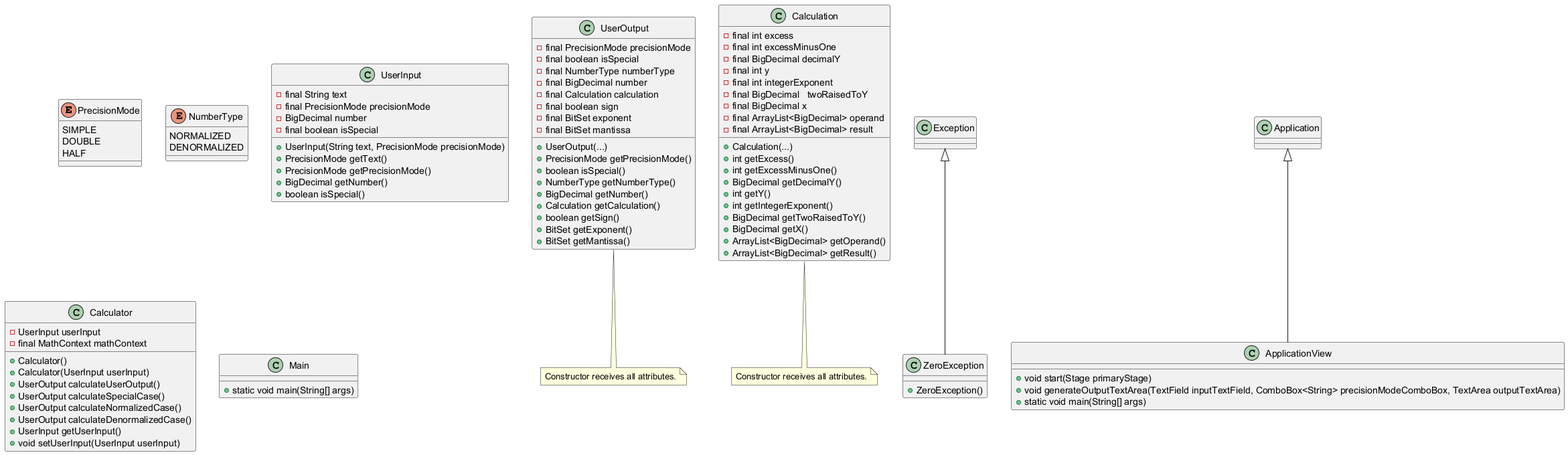
Above: build/resources/main/uml.png in Jiuso1/easyP754 (PlantUML), before the change.
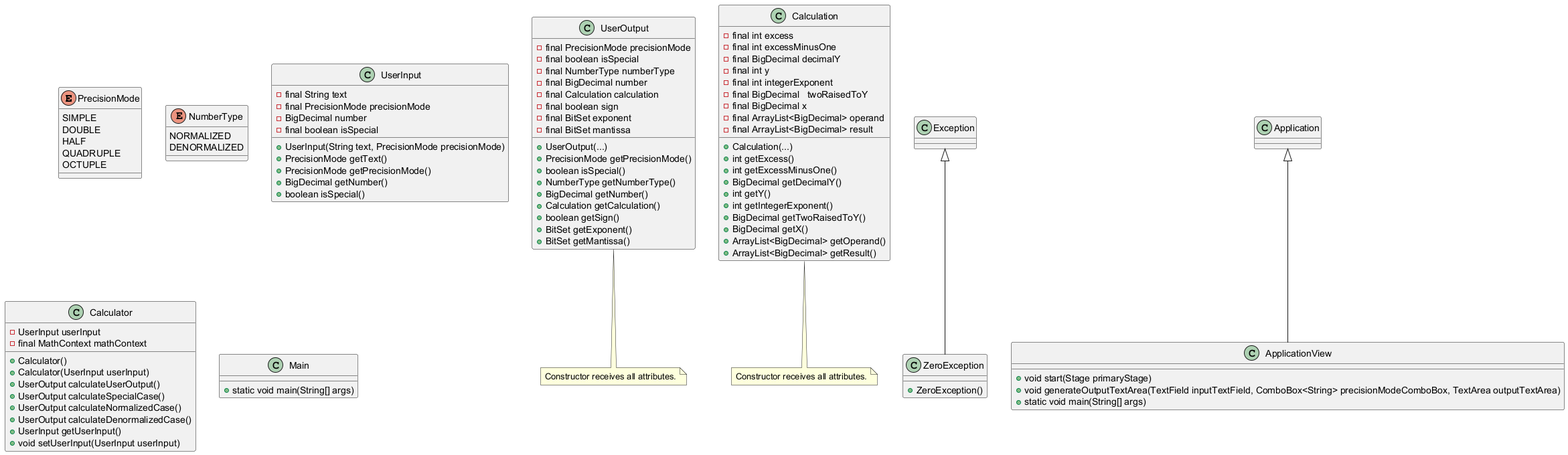
Later version of the same file.

Diff of the diagram source:
```diff
@@ -3,6 +3,8 @@
     SIMPLE
     DOUBLE
     HALF
+    QUADRUPLE
+    OCTUPLE
 }
 
 enum NumberType {
```
